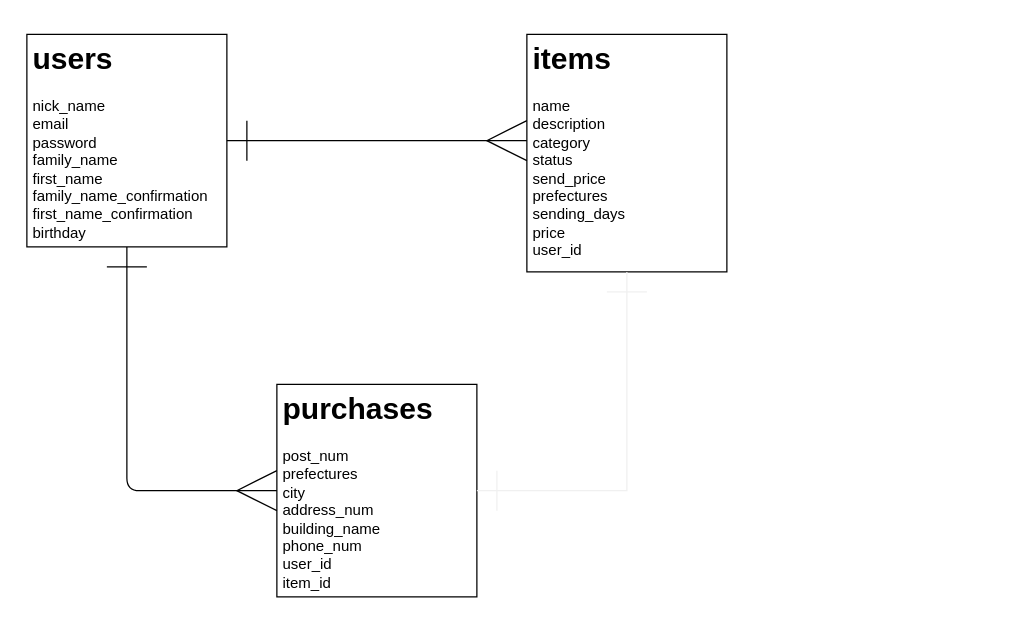
Before: db.drawio in 97ishikawa9/furima-31101, a draw.io diagram. Source tidied: cells renumbered, new cells numbered last; positions are measured from the earlier drawing's top-left corner, leaving out a move shared by most shapes. Both pictures are drawn from the tidied source at 125%, with x=0, y=0 at pixel (26, 34).
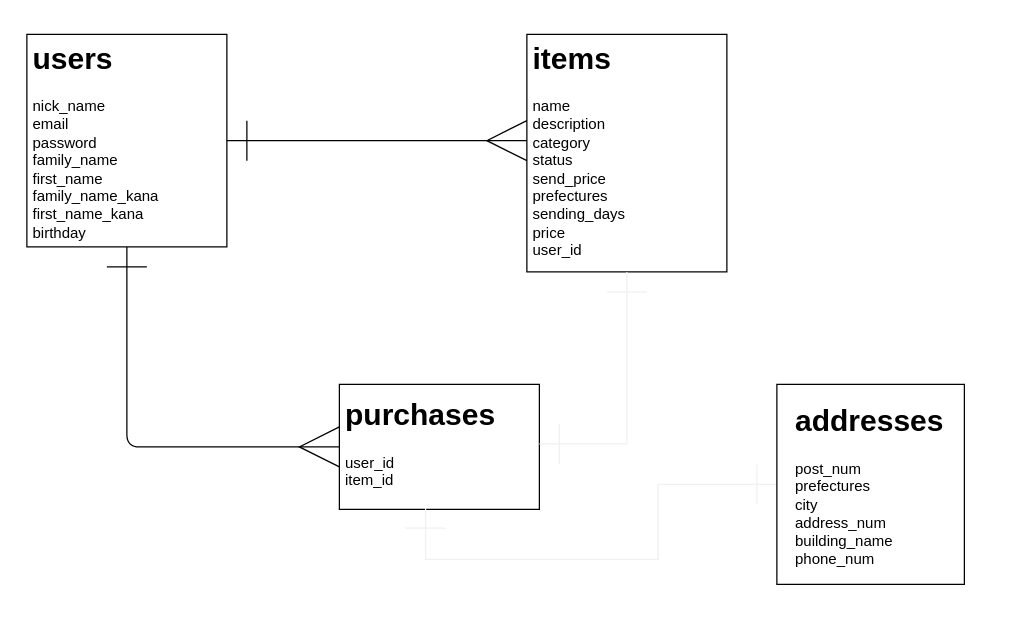
The same page after the edit.

Diff of the diagram source:
```diff
@@
 <mxGraphModel>
   <root>
     <mxCell id="0" />
     <mxCell id="1" parent="0" />
     <mxCell id="2" style="whiteSpace=wrap;html=1;" parent="1" vertex="1">
       <mxGeometry width="160" height="170" as="geometry" />
     </mxCell>
     <mxCell id="3" style="whiteSpace=wrap;html=1;" parent="1" vertex="1">
       <mxGeometry x="400" width="160" height="190" as="geometry" />
     </mxCell>
     <mxCell id="4" style="whiteSpace=wrap;html=1;" parent="1" vertex="1">
-      <mxGeometry x="200" y="280" width="160" height="170" as="geometry" />
+      <mxGeometry x="250" y="280" width="160" height="100" as="geometry" />
     </mxCell>
     <mxCell id="5" style="edgeStyle=orthogonalEdgeStyle;jettySize=auto;html=1;endArrow=ERmany;endFill=0;startArrow=ERone;startFill=0;strokeWidth=1;endSize=30;targetPerimeterSpacing=0;startSize=30;" parent="1" edge="1" source="10" target="8">
       <mxGeometry relative="1" as="geometry">
         <Array as="points">
           <mxPoint x="160" y="95" />
         </Array>
       </mxGeometry>
     </mxCell>
     <mxCell id="6" style="edgeStyle=orthogonalEdgeStyle;jettySize=auto;html=1;exitX=0.5;exitY=1;exitDx=0;exitDy=0;entryX=0;entryY=0.5;entryDx=0;entryDy=0;endArrow=ERmany;endFill=0;startArrow=ERone;startFill=0;endSize=30;startSize=30;" parent="1" edge="1" source="10" target="4">
       <mxGeometry relative="1" as="geometry" />
     </mxCell>
     <mxCell id="7" style="edgeStyle=orthogonalEdgeStyle;rounded=0;jettySize=auto;html=1;exitX=0.5;exitY=1;exitDx=0;exitDy=0;entryX=1;entryY=0.5;entryDx=0;entryDy=0;startArrow=ERone;startFill=0;startSize=30;endArrow=ERone;endFill=0;endSize=30;targetPerimeterSpacing=0;strokeColor=#f0f0f0;strokeWidth=1;" parent="1" edge="1" source="8" target="9">
       <mxGeometry relative="1" as="geometry" />
     </mxCell>
     <mxCell id="8" value="&lt;h1&gt;items&lt;/h1&gt;&lt;div&gt;name&lt;br&gt;description&lt;/div&gt;&lt;div&gt;category&lt;/div&gt;&lt;div&gt;status&lt;/div&gt;&lt;div&gt;send_price&lt;/div&gt;&lt;div&gt;prefectures&lt;/div&gt;&lt;div&gt;sending_days&lt;br&gt;price&lt;/div&gt;&lt;div&gt;user_id&lt;/div&gt;&lt;div&gt;&lt;br&gt;&lt;/div&gt;" style="text;html=1;strokeColor=none;spacing=5;spacingTop=-20;whiteSpace=wrap;overflow=hidden;shadow=0;horizontal=1;fontStyle=0;labelBorderColor=none;" parent="1" vertex="1">
       <mxGeometry x="400" width="160" height="190" as="geometry" />
     </mxCell>
-    <mxCell id="9" value="&lt;h1&gt;purchases&lt;/h1&gt;&lt;p&gt;post_num&lt;br&gt;prefectures&lt;br&gt;city&lt;br&gt;address_num&lt;br&gt;building_name&lt;br&gt;phone_num&lt;br&gt;user_id&lt;br&gt;item_id&lt;/p&gt;" style="text;html=1;strokeColor=none;fillColor=none;spacing=5;spacingTop=-20;whiteSpace=wrap;overflow=hidden;" parent="1" vertex="1">
-      <mxGeometry x="200" y="280" width="160" height="170" as="geometry" />
+    <mxCell id="9" value="&lt;h1&gt;purchases&lt;/h1&gt;&lt;p&gt;user_id&lt;br&gt;&lt;span&gt;item_id&lt;/span&gt;&lt;/p&gt;" style="text;html=1;strokeColor=none;fillColor=none;spacing=5;spacingTop=-20;whiteSpace=wrap;overflow=hidden;" parent="1" vertex="1">
+      <mxGeometry x="250" y="285" width="160" height="85" as="geometry" />
     </mxCell>
-    <mxCell id="10" value="&lt;h1&gt;users&lt;/h1&gt;&lt;div&gt;nick_name&lt;/div&gt;&lt;div&gt;email&lt;/div&gt;&lt;div&gt;password&lt;/div&gt;&lt;div&gt;family_name&lt;/div&gt;&lt;div&gt;first_name&lt;/div&gt;&lt;div&gt;family_name_confirmation&lt;/div&gt;&lt;div&gt;first_name_confirmation&lt;/div&gt;&lt;div&gt;birthday&lt;/div&gt;&lt;div&gt;&lt;br&gt;&lt;/div&gt;" style="text;html=1;strokeColor=none;fillColor=none;spacing=5;spacingTop=-20;whiteSpace=wrap;overflow=hidden;shadow=1;" parent="1" vertex="1">
+    <mxCell id="10" value="&lt;h1&gt;users&lt;/h1&gt;&lt;div&gt;nick_name&lt;/div&gt;&lt;div&gt;email&lt;/div&gt;&lt;div&gt;password&lt;/div&gt;&lt;div&gt;family_name&lt;/div&gt;&lt;div&gt;first_name&lt;/div&gt;&lt;div&gt;family_name_kana&lt;/div&gt;&lt;div&gt;first_name_kana&lt;br&gt;&lt;span&gt;birthday&lt;/span&gt;&lt;/div&gt;&lt;div&gt;&lt;br&gt;&lt;/div&gt;" style="text;html=1;strokeColor=none;fillColor=none;spacing=5;spacingTop=-20;whiteSpace=wrap;overflow=hidden;shadow=1;" parent="1" vertex="1">
       <mxGeometry width="160" height="170" as="geometry" />
     </mxCell>
+    <mxCell id="11" style="edgeStyle=orthogonalEdgeStyle;rounded=0;jettySize=auto;html=1;entryX=0.431;entryY=0.99;entryDx=0;entryDy=0;entryPerimeter=0;startArrow=ERone;startFill=0;startSize=30;endArrow=ERone;endFill=0;endSize=30;targetPerimeterSpacing=0;strokeColor=#f0f0f0;strokeWidth=1;" parent="1" edge="1" source="12" target="4">
+      <mxGeometry relative="1" as="geometry" />
+    </mxCell>
+    <mxCell id="12" style="rounded=0;whiteSpace=wrap;html=1;" parent="1" vertex="1">
+      <mxGeometry x="600" y="280" width="150" height="160" as="geometry" />
+    </mxCell>
+    <mxCell id="13" value="&lt;h1&gt;addresses&lt;/h1&gt;&lt;p&gt;post_num&lt;br&gt;prefectures&lt;br&gt;city&lt;br&gt;address_num&lt;br&gt;building_name&lt;br&gt;phone_num&lt;br&gt;&lt;/p&gt;" style="text;html=1;strokeColor=none;fillColor=none;spacing=5;spacingTop=-20;whiteSpace=wrap;overflow=hidden;rounded=0;" parent="1" vertex="1">
+      <mxGeometry x="610" y="290" width="160" height="160" as="geometry" />
+    </mxCell>
   </root>
 </mxGraphModel>
```
